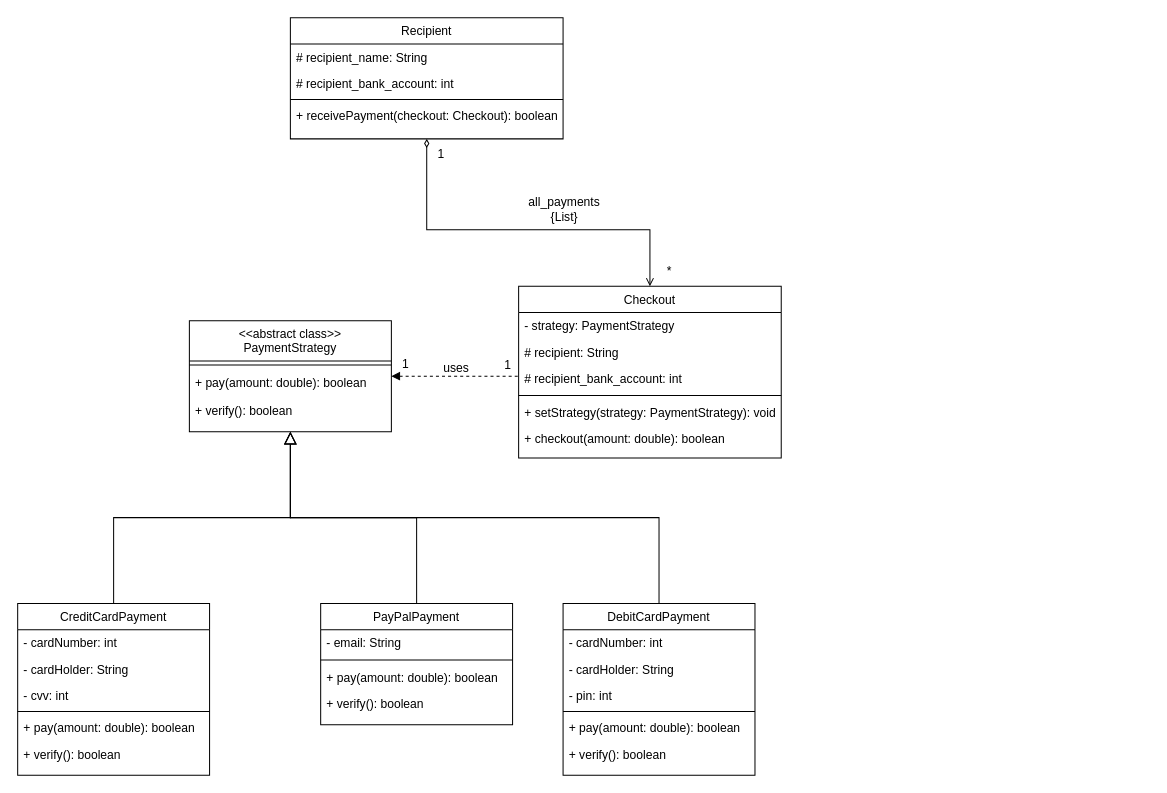
The draw.io diagram DCD.drawio in awang728/2340SecEval, before the edit. Source tidied: cells renumbered, new cells numbered last; positions are measured from the earlier drawing's top-left corner, leaving out a move shared by most shapes. Both pictures are drawn from the tidied source at 101%, with x=0, y=0 at pixel (17, 17).
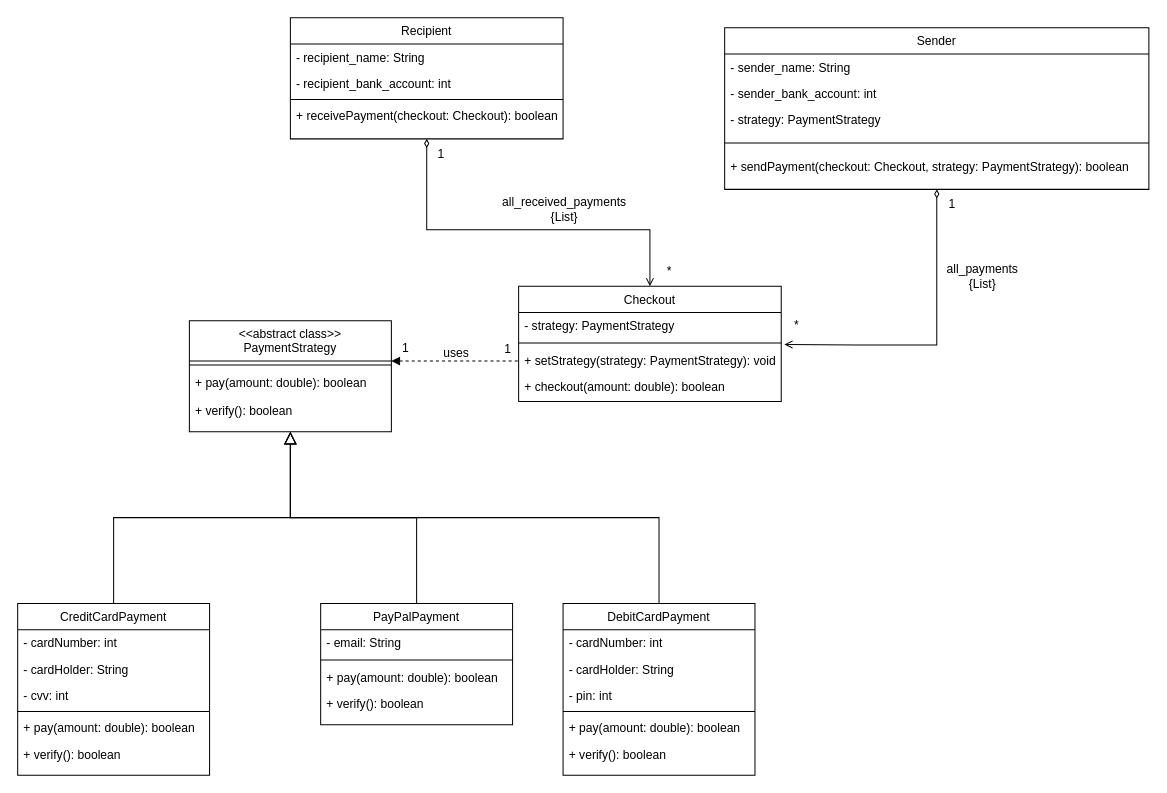
The same page after the edit.

Unchanged cells that the change refers to:
```xml
<mxCell id="39" value="Recipient" style="swimlane;fontStyle=0;align=center;verticalAlign=top;horizontal=1;startSize=26;rounded=0;shadow=0;strokeWidth=1;" parent="1" vertex="1">
  <mxGeometry x="270" width="270" height="120" as="geometry" />
</mxCell>
```

What changed in the source:
```diff
@@
     <mxCell id="20" value="Checkout" style="swimlane;fontStyle=0;align=center;verticalAlign=top;horizontal=1;startSize=26;rounded=0;shadow=0;strokeWidth=1;" parent="1" vertex="1">
-      <mxGeometry x="496" y="266" width="260" height="170" as="geometry" />
+      <mxGeometry x="496" y="266" width="260" height="114" as="geometry" />
     </mxCell>
@@
-    <mxCell id="22" value="# recipient: String" style="text;align=left;verticalAlign=top;spacingLeft=4;spacingRight=4;overflow=hidden;rounded=0;shadow=0;html=0;" parent="20" vertex="1">
-      <mxGeometry y="52" width="260" height="26" as="geometry" />
-    </mxCell>
-    <mxCell id="23" value="# recipient_bank_account: int" style="text;align=left;verticalAlign=top;spacingLeft=4;spacingRight=4;overflow=hidden;rounded=0;shadow=0;html=0;" parent="20" vertex="1">
-      <mxGeometry y="78" width="260" height="26" as="geometry" />
-    </mxCell>
     <mxCell id="24" style="line;html=1;strokeWidth=1;align=left;verticalAlign=middle;spacingTop=-1;spacingLeft=3;spacingRight=3;labelPosition=right;" parent="20" vertex="1">
-      <mxGeometry y="104" width="260" height="8" as="geometry" />
+      <mxGeometry y="52" width="260" height="8" as="geometry" />
     </mxCell>
     <mxCell id="25" value="+ setStrategy(strategy: PaymentStrategy): void" style="text;align=left;verticalAlign=top;spacingLeft=4;spacingRight=4;overflow=hidden;points=[[0,0.5],[1,0.5]];portConstraint=eastwest;" parent="20" vertex="1">
-      <mxGeometry y="112" width="260" height="26" as="geometry" />
+      <mxGeometry y="60" width="260" height="26" as="geometry" />
     </mxCell>
     <mxCell id="26" value="+ checkout(amount: double): boolean" style="text;align=left;verticalAlign=top;spacingLeft=4;spacingRight=4;overflow=hidden;" parent="20" vertex="1">
-      <mxGeometry y="138" width="260" height="26" as="geometry" />
+      <mxGeometry y="86" width="260" height="26" as="geometry" />
     </mxCell>
@@
-    <mxCell id="40" value="# recipient_name: String" style="text;align=left;verticalAlign=top;spacingLeft=4;spacingRight=4;overflow=hidden;" parent="39" vertex="1">
+    <mxCell id="40" value="- recipient_name: String" style="text;align=left;verticalAlign=top;spacingLeft=4;spacingRight=4;overflow=hidden;" parent="39" vertex="1">
       <mxGeometry y="26" width="270" height="26" as="geometry" />
     </mxCell>
-    <mxCell id="41" value="# recipient_bank_account: int" style="text;align=left;verticalAlign=top;spacingLeft=4;spacingRight=4;overflow=hidden;rounded=0;shadow=0;html=0;" parent="39" vertex="1">
+    <mxCell id="41" value="- recipient_bank_account: int" style="text;align=left;verticalAlign=top;spacingLeft=4;spacingRight=4;overflow=hidden;rounded=0;shadow=0;html=0;" parent="39" vertex="1">
       <mxGeometry y="52" width="270" height="26" as="geometry" />
     </mxCell>
@@
-    <mxCell id="45" value="all_payments&lt;div&gt;{List}&lt;/div&gt;" style="text;html=1;align=center;verticalAlign=middle;strokeColor=none;fillColor=none;" parent="1" vertex="1">
-      <mxGeometry x="496" y="170" width="90" height="40" as="geometry" />
+    <mxCell id="45" value="all_received_payments&lt;div&gt;{List}&lt;/div&gt;" style="text;html=1;align=center;verticalAlign=middle;strokeColor=none;fillColor=none;" parent="1" vertex="1">
+      <mxGeometry x="466" y="170" width="150" height="40" as="geometry" />
     </mxCell>
@@
+    <mxCell id="48" value="Sender" style="swimlane;fontStyle=0;align=center;verticalAlign=top;horizontal=1;startSize=26;rounded=0;shadow=0;strokeWidth=1;" parent="1" vertex="1">
+      <mxGeometry x="700" y="10" width="420" height="160" as="geometry" />
+    </mxCell>
+    <mxCell id="49" value="- sender_name: String" style="text;align=left;verticalAlign=top;spacingLeft=4;spacingRight=4;overflow=hidden;" parent="48" vertex="1">
+      <mxGeometry y="26" width="420" height="26" as="geometry" />
+    </mxCell>
+    <mxCell id="50" value="- sender_bank_account: int" style="text;align=left;verticalAlign=top;spacingLeft=4;spacingRight=4;overflow=hidden;rounded=0;shadow=0;html=0;" parent="48" vertex="1">
+      <mxGeometry y="52" width="420" height="26" as="geometry" />
+    </mxCell>
+    <mxCell id="51" value="- strategy: PaymentStrategy" style="text;align=left;verticalAlign=top;spacingLeft=4;spacingRight=4;overflow=hidden;rounded=0;shadow=0;html=0;" parent="48" vertex="1">
+      <mxGeometry y="78" width="420" height="26" as="geometry" />
+    </mxCell>
+    <mxCell id="52" style="line;html=1;strokeWidth=1;align=left;verticalAlign=middle;spacingTop=-1;spacingLeft=3;spacingRight=3;labelPosition=right;" parent="48" vertex="1">
+      <mxGeometry y="104" width="420" height="20" as="geometry" />
+    </mxCell>
+    <mxCell id="53" value="+ sendPayment(checkout: Checkout, strategy: PaymentStrategy): boolean" style="text;align=left;verticalAlign=top;spacingLeft=4;spacingRight=4;overflow=hidden;" parent="48" vertex="1">
+      <mxGeometry y="124" width="420" height="26" as="geometry" />
+    </mxCell>
+    <mxCell id="54" style="edgeStyle=none;jettySize=auto;html=1;rounded=0;exitX=0.5;exitY=1;exitDx=0;exitDy=0;entryX=1.012;entryY=-0.096;entryDx=0;entryDy=0;endArrow=open;endFill=0;startArrow=diamondThin;startFill=0;entryPerimeter=0;" parent="1" edge="1" target="25">
+      <mxGeometry relative="1" as="geometry">
+        <mxPoint x="910" y="170" as="sourcePoint" />
+        <Array as="points">
+          <mxPoint x="910" y="324" />
+          <mxPoint x="830" y="324" />
+        </Array>
+      </mxGeometry>
+    </mxCell>
+    <mxCell id="55" value="all_payments&lt;div&gt;{List}&lt;/div&gt;" style="text;html=1;align=center;verticalAlign=middle;strokeColor=none;fillColor=none;" parent="1" vertex="1">
+      <mxGeometry x="910" y="236" width="90" height="40" as="geometry" />
+    </mxCell>
+    <mxCell id="56" value="1" style="text;html=1;align=center;verticalAlign=middle;strokeColor=none;fillColor=none;" parent="1" vertex="1">
+      <mxGeometry x="910" y="170" width="30" height="30" as="geometry" />
+    </mxCell>
+    <mxCell id="57" value="*" style="text;html=1;align=center;verticalAlign=middle;strokeColor=none;fillColor=none;" parent="1" vertex="1">
+      <mxGeometry x="756" y="290" width="30" height="30" as="geometry" />
+    </mxCell>
```
